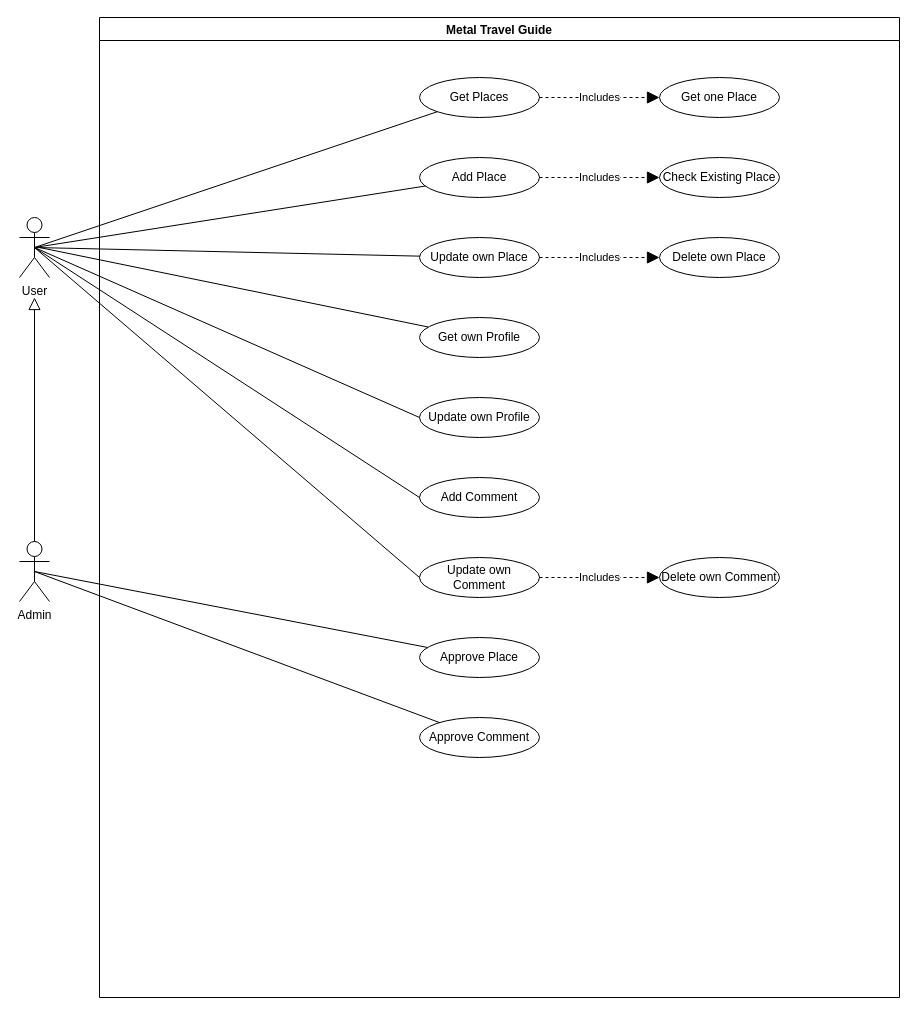
Above: backend/uml_case_diagram.drawio in peppecuci/metaltravelguide (draw.io), before the change. Source tidied: cells renumbered, new cells numbered last; positions are measured from the earlier drawing's top-left corner, leaving out a move shared by most shapes. Both pictures are drawn from the tidied source at 100%, with x=0, y=0 at pixel (19, 17).
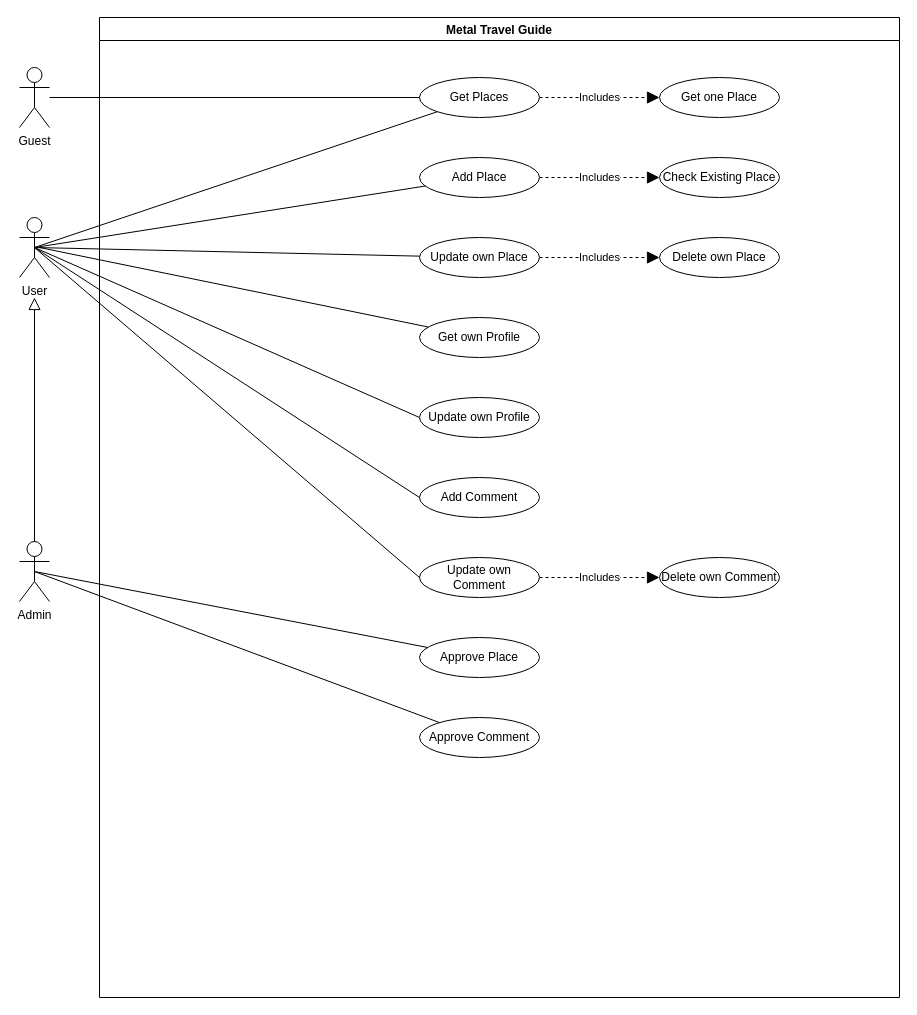
The same page after the edit.

Commit message:
Changed case uml in backend

The change refers to these unchanged cells:
```xml
<mxCell id="8" value="Get Places" style="ellipse;whiteSpace=wrap;html=1;" parent="4" vertex="1">
  <mxGeometry x="320" y="60" width="120" height="40" as="geometry" />
</mxCell>
```

Diff of the diagram source:
```diff
@@
+    <mxCell id="32" value="Guest" style="shape=umlActor;verticalLabelPosition=bottom;verticalAlign=top;html=1;outlineConnect=0;" parent="1" vertex="1">
+      <mxGeometry y="50" width="30" height="60" as="geometry" />
+    </mxCell>
+    <mxCell id="33" style="endArrow=none;html=1;rounded=0;" parent="1" edge="1" source="8" target="32">
+      <mxGeometry relative="1" as="geometry" />
+    </mxCell>
```
